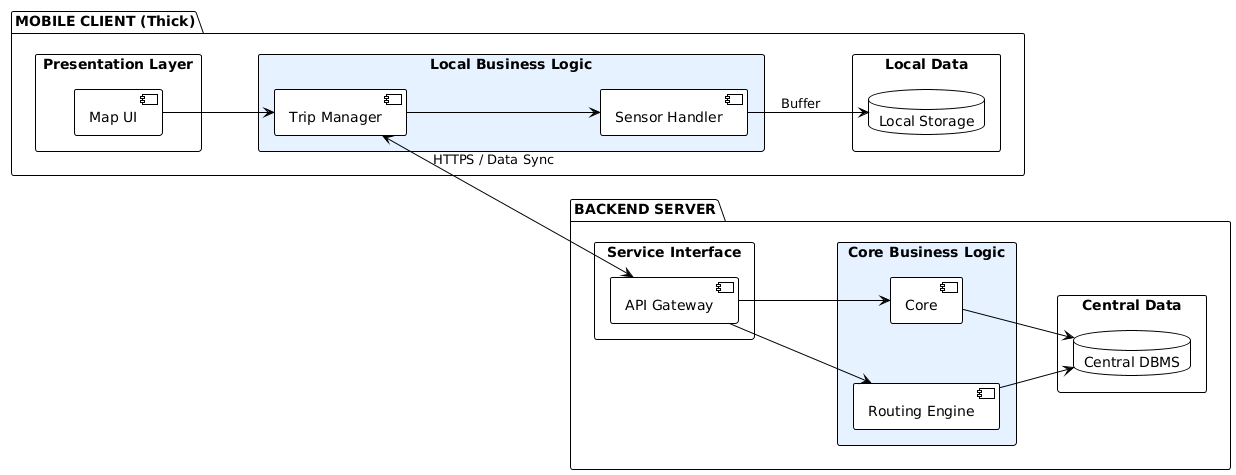
WeridFire/MarettiMartini keeps this PlantUML diagram as DD/img/section2/arc.png. Above is the earlier version.
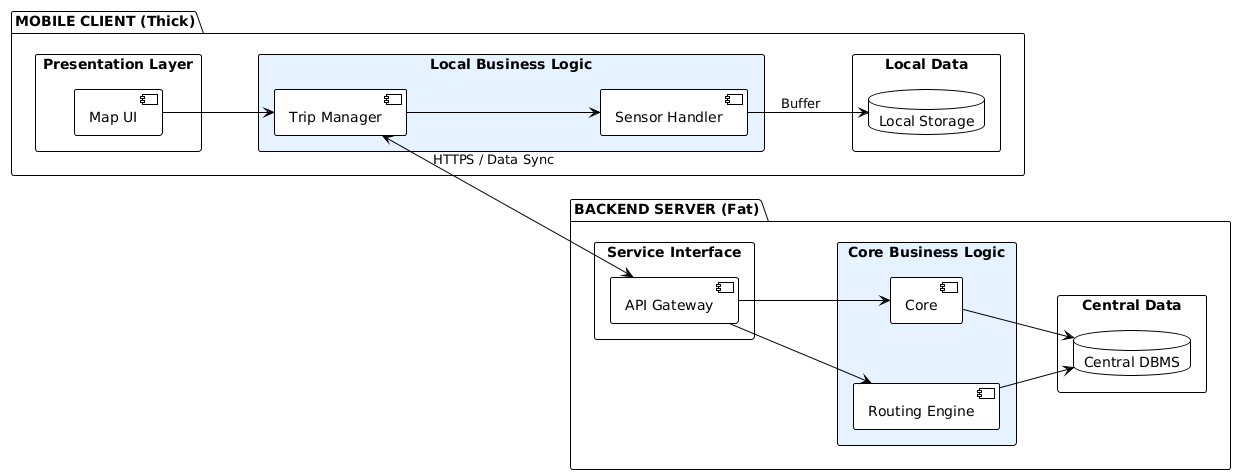
Above is the later version.

Change to the diagram source:
```diff
@@ -27,7 +27,7 @@
     Sensors --> LocalDB : "Buffer"
 }
 
-package "BACKEND SERVER" as ServerNode {
+package "BACKEND SERVER (Fat)" as ServerNode {
 
     rectangle "Service Interface" {
         component "API Gateway" as API
```
